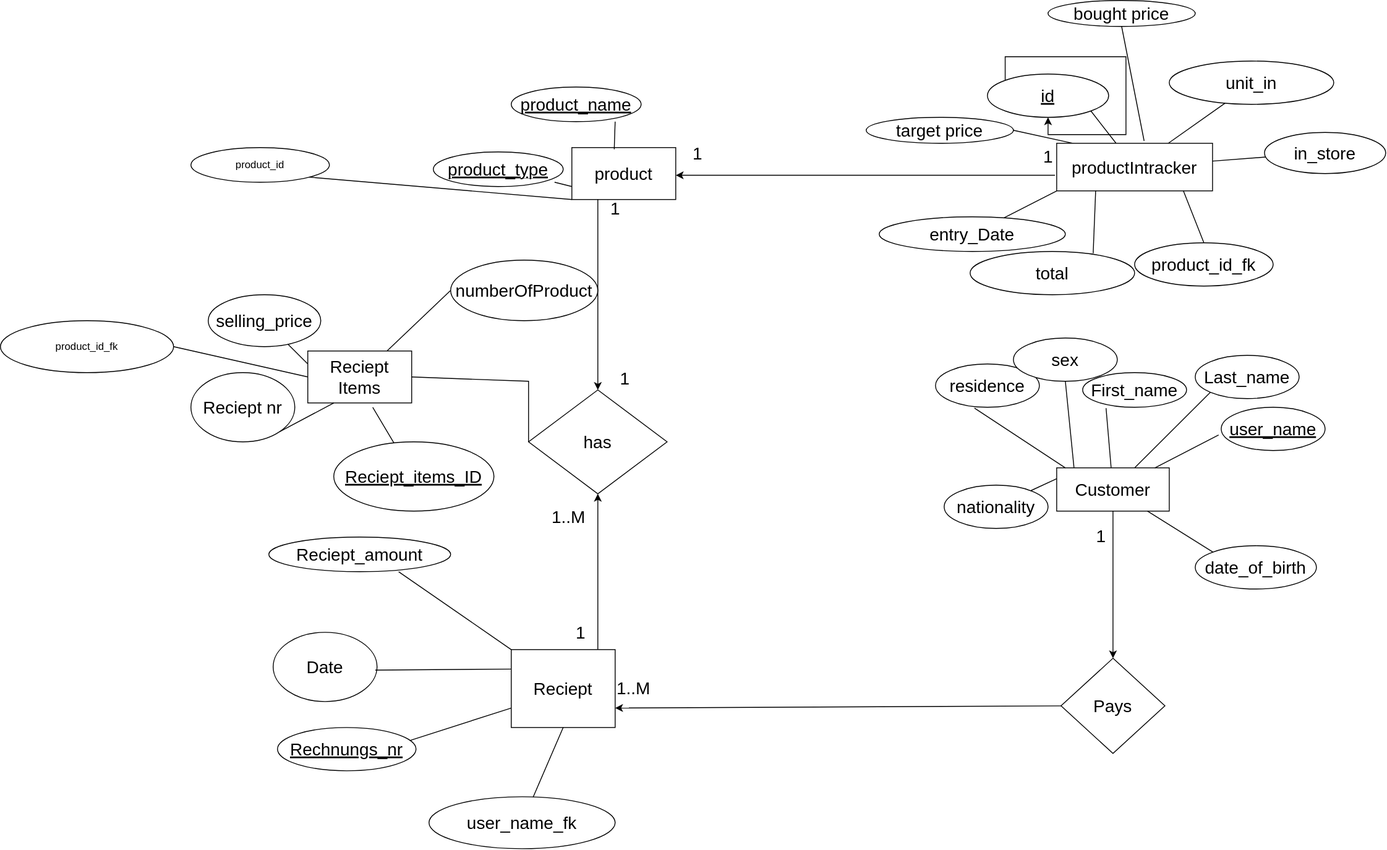
The draw.io diagram svgfiles/DiyaDesktop13.svg in bishalmhrjan/JavaFX-Employee-Customer-Product-Manager, before a commit. Source tidied: cells renumbered, new cells last; positions are measured from the earlier drawing's top-left corner, leaving out a move shared by most shapes. Its diagram source:
```xml
<mxGraphModel>
  <root>
    <mxCell id="0" />
    <mxCell id="1" parent="0" />
    <mxCell id="2" value="&lt;font style=&quot;font-size: 20px;&quot;&gt;product&lt;/font&gt;" style="rounded=0;whiteSpace=wrap;html=1;" parent="1" vertex="1">
      <mxGeometry x="660" y="170" width="120" height="60" as="geometry" />
    </mxCell>
    <mxCell id="3" value="Reciept" style="rounded=0;whiteSpace=wrap;html=1;fontSize=20;" parent="1" vertex="1">
      <mxGeometry x="590" y="750" width="120" height="90" as="geometry" />
    </mxCell>
    <mxCell id="4" value="Customer" style="rounded=0;whiteSpace=wrap;html=1;fontSize=20;" parent="1" vertex="1">
      <mxGeometry x="1220" y="540" width="130" height="50" as="geometry" />
    </mxCell>
    <mxCell id="5" value="&lt;u&gt;product_type&lt;/u&gt;" style="ellipse;whiteSpace=wrap;html=1;fontSize=20;" parent="1" vertex="1">
      <mxGeometry x="500" y="175" width="150" height="40" as="geometry" />
    </mxCell>
    <mxCell id="6" value="bought price" style="ellipse;whiteSpace=wrap;html=1;fontSize=20;" parent="1" vertex="1">
      <mxGeometry x="1210" width="170" height="30" as="geometry" />
    </mxCell>
    <mxCell id="7" value="&lt;u&gt;product_name&lt;/u&gt;" style="ellipse;whiteSpace=wrap;html=1;fontSize=20;" parent="1" vertex="1">
      <mxGeometry x="590" y="100" width="150" height="40" as="geometry" />
    </mxCell>
    <mxCell id="8" value="target price" style="ellipse;whiteSpace=wrap;html=1;fontSize=20;" parent="1" vertex="1">
      <mxGeometry x="1000" y="135" width="170" height="30" as="geometry" />
    </mxCell>
    <mxCell id="9" style="endArrow=none;html=1;rounded=0;fontSize=20;exitX=0.561;exitY=-0.049;exitDx=0;exitDy=0;entryX=0.5;entryY=1;entryDx=0;entryDy=0;exitPerimeter=0;" parent="1" edge="1" source="65" target="6">
      <mxGeometry relative="1" as="geometry" />
    </mxCell>
    <mxCell id="10" style="endArrow=none;html=1;rounded=0;fontSize=20;exitX=0.123;exitY=0.015;exitDx=0;exitDy=0;exitPerimeter=0;entryX=1;entryY=0.5;entryDx=0;entryDy=0;" parent="1" edge="1" source="65" target="8">
      <mxGeometry relative="1" as="geometry" />
    </mxCell>
    <mxCell id="11" style="endArrow=none;html=1;rounded=0;fontSize=20;exitX=0.408;exitY=0.033;exitDx=0;exitDy=0;exitPerimeter=0;" parent="1" edge="1" source="2">
      <mxGeometry relative="1" as="geometry">
        <mxPoint x="710" y="140" as="targetPoint" />
      </mxGeometry>
    </mxCell>
    <mxCell id="12" style="endArrow=none;html=1;rounded=0;fontSize=20;entryX=0;entryY=0.75;entryDx=0;entryDy=0;" parent="1" edge="1" target="2">
      <mxGeometry relative="1" as="geometry">
        <mxPoint x="640" y="210" as="sourcePoint" />
      </mxGeometry>
    </mxCell>
    <mxCell id="13" value="&amp;nbsp;" style="text;html=1;strokeColor=none;fillColor=none;align=center;verticalAlign=middle;whiteSpace=wrap;rounded=0;fontSize=20;" parent="1" vertex="1">
      <mxGeometry x="390" y="110" width="110" height="120" as="geometry" />
    </mxCell>
    <mxCell id="14" value="Reciept_amount" style="ellipse;whiteSpace=wrap;html=1;fontSize=20;" parent="1" vertex="1">
      <mxGeometry x="310" y="620" width="210" height="40" as="geometry" />
    </mxCell>
    <mxCell id="15" value="&lt;u&gt;Rechnungs_nr&lt;/u&gt;" style="ellipse;whiteSpace=wrap;html=1;fontSize=20;" parent="1" vertex="1">
      <mxGeometry x="320" y="840" width="160" height="50" as="geometry" />
    </mxCell>
    <mxCell id="16" value="numberOfProduct" style="ellipse;whiteSpace=wrap;html=1;fontSize=20;" parent="1" vertex="1">
      <mxGeometry x="520" y="300" width="170" height="70" as="geometry" />
    </mxCell>
    <mxCell id="17" value="selling_price" style="ellipse;whiteSpace=wrap;html=1;fontSize=20;" parent="1" vertex="1">
      <mxGeometry x="240" y="340" width="130" height="60" as="geometry" />
    </mxCell>
    <mxCell id="18" style="endArrow=none;html=1;rounded=0;fontSize=20;entryX=0;entryY=0.25;entryDx=0;entryDy=0;" parent="1" edge="1" source="17" target="47">
      <mxGeometry relative="1" as="geometry" />
    </mxCell>
    <mxCell id="19" style="endArrow=none;html=1;rounded=0;fontSize=20;exitX=0.956;exitY=0.3;exitDx=0;exitDy=0;exitPerimeter=0;entryX=0;entryY=0.75;entryDx=0;entryDy=0;" parent="1" edge="1" source="15" target="3">
      <mxGeometry relative="1" as="geometry" />
    </mxCell>
    <mxCell id="20" style="endArrow=none;html=1;rounded=0;fontSize=20;entryX=0;entryY=0;entryDx=0;entryDy=0;exitX=0.714;exitY=1;exitDx=0;exitDy=0;exitPerimeter=0;" parent="1" edge="1" source="14" target="3">
      <mxGeometry relative="1" as="geometry" />
    </mxCell>
    <mxCell id="21" style="endArrow=none;html=1;rounded=0;fontSize=20;entryX=0;entryY=0.5;entryDx=0;entryDy=0;" parent="1" edge="1" source="47" target="16">
      <mxGeometry relative="1" as="geometry" />
    </mxCell>
    <mxCell id="22" value="&amp;nbsp;" style="text;html=1;align=center;verticalAlign=middle;points=[];strokeColor=none;fillColor=none;fontSize=20;" parent="1" vertex="1">
      <mxGeometry x="435" y="760" width="30" height="40" as="geometry" />
    </mxCell>
    <mxCell id="23" value="residence" style="ellipse;whiteSpace=wrap;html=1;fontSize=20;" parent="1" vertex="1">
      <mxGeometry x="1080" y="420" width="120" height="50" as="geometry" />
    </mxCell>
    <mxCell id="24" value="nationality" style="ellipse;whiteSpace=wrap;html=1;fontSize=20;" parent="1" vertex="1">
      <mxGeometry x="1090" y="560" width="120" height="50" as="geometry" />
    </mxCell>
    <mxCell id="25" value="sex" style="ellipse;whiteSpace=wrap;html=1;fontSize=20;" parent="1" vertex="1">
      <mxGeometry x="1170" y="390" width="120" height="50" as="geometry" />
    </mxCell>
    <mxCell id="26" value="date_of_birth" style="ellipse;whiteSpace=wrap;html=1;fontSize=20;" parent="1" vertex="1">
      <mxGeometry x="1380" y="630" width="140" height="50" as="geometry" />
    </mxCell>
    <mxCell id="27" value="&lt;u&gt;user_name&lt;/u&gt;" style="ellipse;whiteSpace=wrap;html=1;fontSize=20;" parent="1" vertex="1">
      <mxGeometry x="1410" y="470" width="120" height="50" as="geometry" />
    </mxCell>
    <mxCell id="28" value="Last_name" style="ellipse;whiteSpace=wrap;html=1;fontSize=20;" parent="1" vertex="1">
      <mxGeometry x="1380" y="410" width="120" height="50" as="geometry" />
    </mxCell>
    <mxCell id="29" value="First_name" style="ellipse;whiteSpace=wrap;html=1;fontSize=20;" parent="1" vertex="1">
      <mxGeometry x="1250" y="430" width="120" height="40" as="geometry" />
    </mxCell>
    <mxCell id="30" style="endArrow=none;html=1;rounded=0;fontSize=20;exitX=0.375;exitY=1.02;exitDx=0;exitDy=0;exitPerimeter=0;" parent="1" edge="1" source="23">
      <mxGeometry relative="1" as="geometry">
        <mxPoint x="1230" y="540" as="targetPoint" />
      </mxGeometry>
    </mxCell>
    <mxCell id="31" style="endArrow=none;html=1;rounded=0;fontSize=20;entryX=0;entryY=0.25;entryDx=0;entryDy=0;" parent="1" edge="1" source="24" target="4">
      <mxGeometry relative="1" as="geometry" />
    </mxCell>
    <mxCell id="32" style="endArrow=none;html=1;rounded=0;fontSize=20;" parent="1" edge="1">
      <mxGeometry relative="1" as="geometry">
        <mxPoint x="1230" y="440" as="sourcePoint" />
        <mxPoint x="1240" y="540" as="targetPoint" />
      </mxGeometry>
    </mxCell>
    <mxCell id="33" style="endArrow=none;html=1;rounded=0;fontSize=20;entryX=0;entryY=0;entryDx=0;entryDy=0;" parent="1" edge="1" source="4" target="26">
      <mxGeometry relative="1" as="geometry" />
    </mxCell>
    <mxCell id="34" style="endArrow=none;html=1;rounded=0;fontSize=20;entryX=-0.025;entryY=0.64;entryDx=0;entryDy=0;entryPerimeter=0;" parent="1" edge="1" source="4" target="27">
      <mxGeometry relative="1" as="geometry" />
    </mxCell>
    <mxCell id="35" style="endArrow=none;html=1;rounded=0;fontSize=20;entryX=0.225;entryY=1.025;entryDx=0;entryDy=0;entryPerimeter=0;" parent="1" edge="1" source="4" target="29">
      <mxGeometry relative="1" as="geometry" />
    </mxCell>
    <mxCell id="36" style="endArrow=none;html=1;rounded=0;fontSize=20;entryX=0;entryY=1;entryDx=0;entryDy=0;" parent="1" edge="1" source="4" target="28">
      <mxGeometry relative="1" as="geometry" />
    </mxCell>
    <mxCell id="37" value="has" style="rhombus;whiteSpace=wrap;html=1;fontSize=20;" parent="1" vertex="1">
      <mxGeometry x="610" y="450" width="160" height="120" as="geometry" />
    </mxCell>
    <mxCell id="38" value="Pays" style="rhombus;whiteSpace=wrap;html=1;fontSize=20;" parent="1" vertex="1">
      <mxGeometry x="1225" y="760" width="120" height="110" as="geometry" />
    </mxCell>
    <mxCell id="39" style="endArrow=classic;html=1;rounded=0;fontSize=20;entryX=0.5;entryY=1;entryDx=0;entryDy=0;" parent="1" edge="1" target="37">
      <mxGeometry relative="1" as="geometry">
        <mxPoint x="690" y="750" as="sourcePoint" />
      </mxGeometry>
    </mxCell>
    <mxCell id="40" value="1" style="edgeLabel;html=1;align=center;verticalAlign=middle;fontSize=20;" parent="39" vertex="1">
      <mxGeometry x="-0.71" y="-6" relative="1" as="geometry">
        <mxPoint x="24" y="-290" as="offset" />
      </mxGeometry>
    </mxCell>
    <mxCell id="41" style="endArrow=classic;html=1;rounded=0;fontSize=20;exitX=0.5;exitY=1;exitDx=0;exitDy=0;entryX=0.5;entryY=0;entryDx=0;entryDy=0;" parent="1" edge="1" source="4" target="38">
      <mxGeometry relative="1" as="geometry" />
    </mxCell>
    <mxCell id="42" style="endArrow=classic;html=1;rounded=0;fontSize=20;exitX=0;exitY=0.5;exitDx=0;exitDy=0;entryX=1;entryY=0.75;entryDx=0;entryDy=0;" parent="1" edge="1" source="38" target="3">
      <mxGeometry relative="1" as="geometry" />
    </mxCell>
    <mxCell id="43" style="endArrow=classic;html=1;rounded=0;fontSize=20;entryX=0.5;entryY=0;entryDx=0;entryDy=0;" parent="1" edge="1" target="37">
      <mxGeometry relative="1" as="geometry">
        <mxPoint x="690" y="230" as="sourcePoint" />
      </mxGeometry>
    </mxCell>
    <mxCell id="44" value="1..M" style="edgeLabel;html=1;align=center;verticalAlign=middle;fontSize=20;" parent="43" vertex="1">
      <mxGeometry x="0.74" y="-5" relative="1" as="geometry">
        <mxPoint x="-30" y="172" as="offset" />
      </mxGeometry>
    </mxCell>
    <mxCell id="45" value="1..M" style="edgeLabel;html=1;align=center;verticalAlign=middle;fontSize=20;" parent="1" vertex="1">
      <mxGeometry x="720" y="260.3" as="geometry">
        <mxPoint x="10" y="532" as="offset" />
      </mxGeometry>
    </mxCell>
    <mxCell id="46" value="1" style="edgeLabel;html=1;align=center;verticalAlign=middle;fontSize=20;" parent="1" vertex="1">
      <mxGeometry x="675" y="732" as="geometry">
        <mxPoint x="595" y="-115" as="offset" />
      </mxGeometry>
    </mxCell>
    <mxCell id="47" value="Reciept Items" style="rounded=0;whiteSpace=wrap;html=1;fontSize=20;" parent="1" vertex="1">
      <mxGeometry x="355" y="405" width="120" height="60" as="geometry" />
    </mxCell>
    <mxCell id="48" value="Reciept nr" style="ellipse;whiteSpace=wrap;html=1;fontSize=20;" parent="1" vertex="1">
      <mxGeometry x="220" y="430" width="120" height="80" as="geometry" />
    </mxCell>
    <mxCell id="49" style="endArrow=none;html=1;rounded=0;fontSize=20;entryX=0.25;entryY=1;entryDx=0;entryDy=0;exitX=1;exitY=1;exitDx=0;exitDy=0;" parent="1" edge="1" source="48" target="47">
      <mxGeometry relative="1" as="geometry" />
    </mxCell>
    <mxCell id="50" style="endArrow=none;html=1;rounded=0;fontSize=20;entryX=0;entryY=0.5;entryDx=0;entryDy=0;exitX=1;exitY=0.5;exitDx=0;exitDy=0;" parent="1" edge="1" source="47" target="37">
      <mxGeometry relative="1" as="geometry">
        <Array as="points">
          <mxPoint x="610" y="440" />
        </Array>
      </mxGeometry>
    </mxCell>
    <mxCell id="51" value="1" style="text;html=1;align=center;verticalAlign=middle;strokeColor=none;fillColor=none;fontSize=20;" parent="1" vertex="1">
      <mxGeometry x="695" y="220" width="30" height="40" as="geometry" />
    </mxCell>
    <mxCell id="52" value="1" style="text;html=1;align=center;verticalAlign=middle;strokeColor=none;fillColor=none;fontSize=20;" parent="1" vertex="1">
      <mxGeometry x="655" y="710" width="30" height="40" as="geometry" />
    </mxCell>
    <mxCell id="53" value="Date" style="ellipse;whiteSpace=wrap;html=1;fontSize=20;" parent="1" vertex="1">
      <mxGeometry x="315" y="730" width="120" height="80" as="geometry" />
    </mxCell>
    <mxCell id="54" style="endArrow=none;html=1;rounded=0;fontSize=20;exitX=-0.067;exitY=0.342;exitDx=0;exitDy=0;exitPerimeter=0;entryX=0;entryY=0.25;entryDx=0;entryDy=0;" parent="1" edge="1" source="22" target="3">
      <mxGeometry relative="1" as="geometry" />
    </mxCell>
    <mxCell id="55" value="&lt;u&gt;Reciept_items_ID&lt;/u&gt;" style="ellipse;whiteSpace=wrap;html=1;fontSize=20;" parent="1" vertex="1">
      <mxGeometry x="385" y="510" width="185" height="80" as="geometry" />
    </mxCell>
    <mxCell id="56" style="endArrow=none;html=1;rounded=0;fontSize=20;" parent="1" edge="1" source="55">
      <mxGeometry relative="1" as="geometry">
        <mxPoint x="430" y="470" as="targetPoint" />
      </mxGeometry>
    </mxCell>
    <mxCell id="57" value="product_id" style="ellipse;whiteSpace=wrap;html=1;" parent="1" vertex="1">
      <mxGeometry x="220" y="170" width="160" height="40" as="geometry" />
    </mxCell>
    <mxCell id="58" style="endArrow=none;html=1;rounded=0;exitX=1;exitY=1;exitDx=0;exitDy=0;entryX=0;entryY=1;entryDx=0;entryDy=0;" parent="1" edge="1" source="57" target="2">
      <mxGeometry relative="1" as="geometry" />
    </mxCell>
    <mxCell id="59" value="product_id_fk" style="ellipse;whiteSpace=wrap;html=1;" parent="1" vertex="1">
      <mxGeometry y="370" width="200" height="60" as="geometry" />
    </mxCell>
    <mxCell id="60" style="endArrow=none;html=1;rounded=0;exitX=1;exitY=0.5;exitDx=0;exitDy=0;entryX=0;entryY=0.5;entryDx=0;entryDy=0;" parent="1" edge="1" source="59" target="47">
      <mxGeometry relative="1" as="geometry" />
    </mxCell>
    <mxCell id="61" value="&lt;font style=&quot;font-size: 20px;&quot;&gt;entry_Date&lt;/font&gt;" style="ellipse;whiteSpace=wrap;html=1;" parent="1" vertex="1">
      <mxGeometry x="1015" y="250" width="215" height="40" as="geometry" />
    </mxCell>
    <mxCell id="62" style="endArrow=none;html=1;rounded=0;entryX=0;entryY=1;entryDx=0;entryDy=0;" parent="1" edge="1" source="61" target="65">
      <mxGeometry relative="1" as="geometry" />
    </mxCell>
    <mxCell id="63" value="user_name_fk" style="ellipse;whiteSpace=wrap;html=1;fontSize=20;" parent="1" vertex="1">
      <mxGeometry x="495" y="920" width="215" height="60" as="geometry" />
    </mxCell>
    <mxCell id="64" style="endArrow=none;html=1;rounded=0;fontSize=20;exitX=0.5;exitY=1;exitDx=0;exitDy=0;" parent="1" edge="1" source="3" target="63">
      <mxGeometry relative="1" as="geometry" />
    </mxCell>
    <mxCell id="65" value="productIntracker" style="rounded=0;whiteSpace=wrap;html=1;fontSize=20;" parent="1" vertex="1">
      <mxGeometry x="1220" y="165" width="180" height="55" as="geometry" />
    </mxCell>
    <mxCell id="66" value="product_id_fk" style="ellipse;whiteSpace=wrap;html=1;fontSize=20;" parent="1" vertex="1">
      <mxGeometry x="1310" y="280" width="160" height="50" as="geometry" />
    </mxCell>
    <mxCell id="67" value="&lt;u&gt;id&lt;/u&gt;" style="ellipse;whiteSpace=wrap;html=1;fontSize=20;" parent="1" vertex="1">
      <mxGeometry x="1140" y="85" width="140" height="50" as="geometry" />
    </mxCell>
    <mxCell id="68" style="endArrow=none;html=1;rounded=0;fontSize=20;entryX=0.813;entryY=1;entryDx=0;entryDy=0;entryPerimeter=0;exitX=0.5;exitY=0;exitDx=0;exitDy=0;" parent="1" edge="1" source="66" target="65">
      <mxGeometry relative="1" as="geometry" />
    </mxCell>
    <mxCell id="69" style="endArrow=none;html=1;rounded=0;fontSize=20;entryX=1;entryY=1;entryDx=0;entryDy=0;" parent="1" edge="1" source="65" target="67">
      <mxGeometry relative="1" as="geometry" />
    </mxCell>
    <mxCell id="70" style="endArrow=none;html=1;rounded=0;fontSize=20;" parent="1" edge="1" source="65">
      <mxGeometry relative="1" as="geometry">
        <mxPoint x="1414.5" y="118.7" as="targetPoint" />
      </mxGeometry>
    </mxCell>
    <mxCell id="71" value="unit_in" style="ellipse;whiteSpace=wrap;html=1;fontSize=20;" parent="1" vertex="1">
      <mxGeometry x="1350" y="70" width="190" height="50" as="geometry" />
    </mxCell>
    <mxCell id="72" value="in_store" style="ellipse;whiteSpace=wrap;html=1;fontSize=20;" parent="1" vertex="1">
      <mxGeometry x="1460" y="152.5" width="140" height="47.5" as="geometry" />
    </mxCell>
    <mxCell id="73" style="endArrow=none;html=1;rounded=0;fontSize=20;" parent="1" edge="1" source="65" target="72">
      <mxGeometry relative="1" as="geometry" />
    </mxCell>
    <mxCell id="74" style="endArrow=classic;html=1;rounded=0;fontSize=20;exitX=0.767;exitY=1.05;exitDx=0;exitDy=0;exitPerimeter=0;" parent="1" edge="1" source="77">
      <mxGeometry relative="1" as="geometry">
        <mxPoint x="780" y="202" as="targetPoint" />
      </mxGeometry>
    </mxCell>
    <mxCell id="75" value="&amp;nbsp;" style="text;html=1;align=center;verticalAlign=middle;strokeColor=none;fillColor=none;fontSize=20;" parent="1" vertex="1">
      <mxGeometry x="750" y="175" width="30" height="40" as="geometry" />
    </mxCell>
    <mxCell id="76" value="1" style="text;html=1;align=center;verticalAlign=middle;strokeColor=none;fillColor=none;fontSize=20;" parent="1" vertex="1">
      <mxGeometry x="790" y="156.2" width="30" height="40" as="geometry" />
    </mxCell>
    <mxCell id="77" value="1&lt;br&gt;" style="text;html=1;align=center;verticalAlign=middle;points=[];strokeColor=none;fillColor=none;fontSize=20;" parent="1" vertex="1">
      <mxGeometry x="1195" y="160" width="30" height="40" as="geometry" />
    </mxCell>
    <mxCell id="78" value="total" style="ellipse;whiteSpace=wrap;html=1;fontSize=20;" parent="1" vertex="1">
      <mxGeometry x="1120" y="290" width="190" height="50" as="geometry" />
    </mxCell>
    <mxCell id="79" style="endArrow=none;html=1;rounded=0;fontSize=20;entryX=0.25;entryY=1;entryDx=0;entryDy=0;exitX=0.748;exitY=0.043;exitDx=0;exitDy=0;exitPerimeter=0;" parent="1" edge="1" source="78" target="65">
      <mxGeometry relative="1" as="geometry" />
    </mxCell>
    <mxCell id="80" style="edgeStyle=orthogonalEdgeStyle;rounded=0;orthogonalLoop=1;jettySize=auto;html=1;exitX=0;exitY=0;exitDx=0;exitDy=0;" parent="1" edge="1" source="67" target="67">
      <mxGeometry relative="1" as="geometry" />
    </mxCell>
  </root>
</mxGraphModel>
```
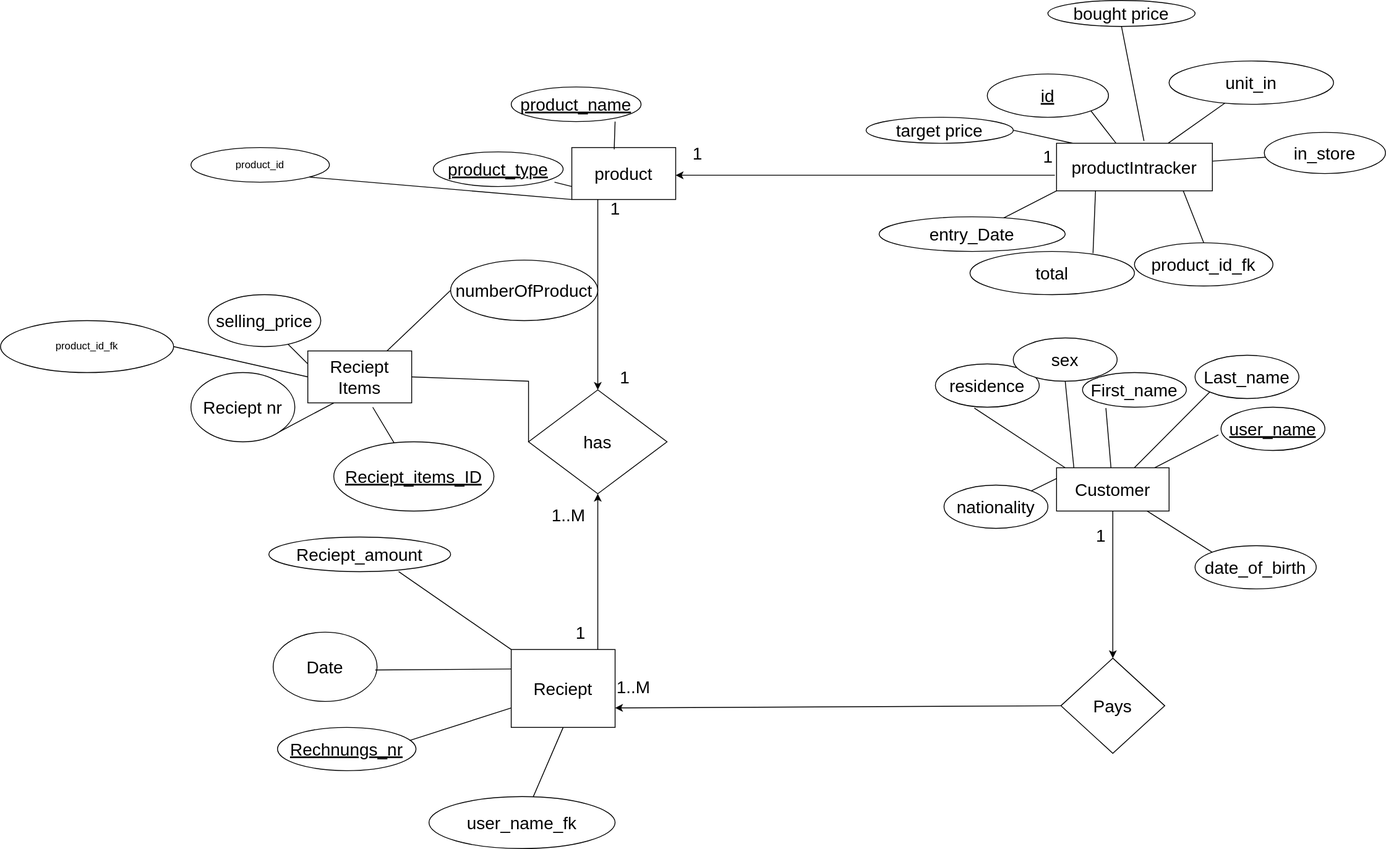
Later version of the same file.

Diff of the diagram source:
```diff
@@ -267,8 +267,5 @@
     <mxCell id="79" style="endArrow=none;html=1;rounded=0;fontSize=20;entryX=0.25;entryY=1;entryDx=0;entryDy=0;exitX=0.748;exitY=0.043;exitDx=0;exitDy=0;exitPerimeter=0;" parent="1" edge="1" source="78" target="65">
       <mxGeometry relative="1" as="geometry" />
     </mxCell>
-    <mxCell id="80" style="edgeStyle=orthogonalEdgeStyle;rounded=0;orthogonalLoop=1;jettySize=auto;html=1;exitX=0;exitY=0;exitDx=0;exitDy=0;" parent="1" edge="1" source="67" target="67">
-      <mxGeometry relative="1" as="geometry" />
-    </mxCell>
   </root>
 </mxGraphModel>
```
